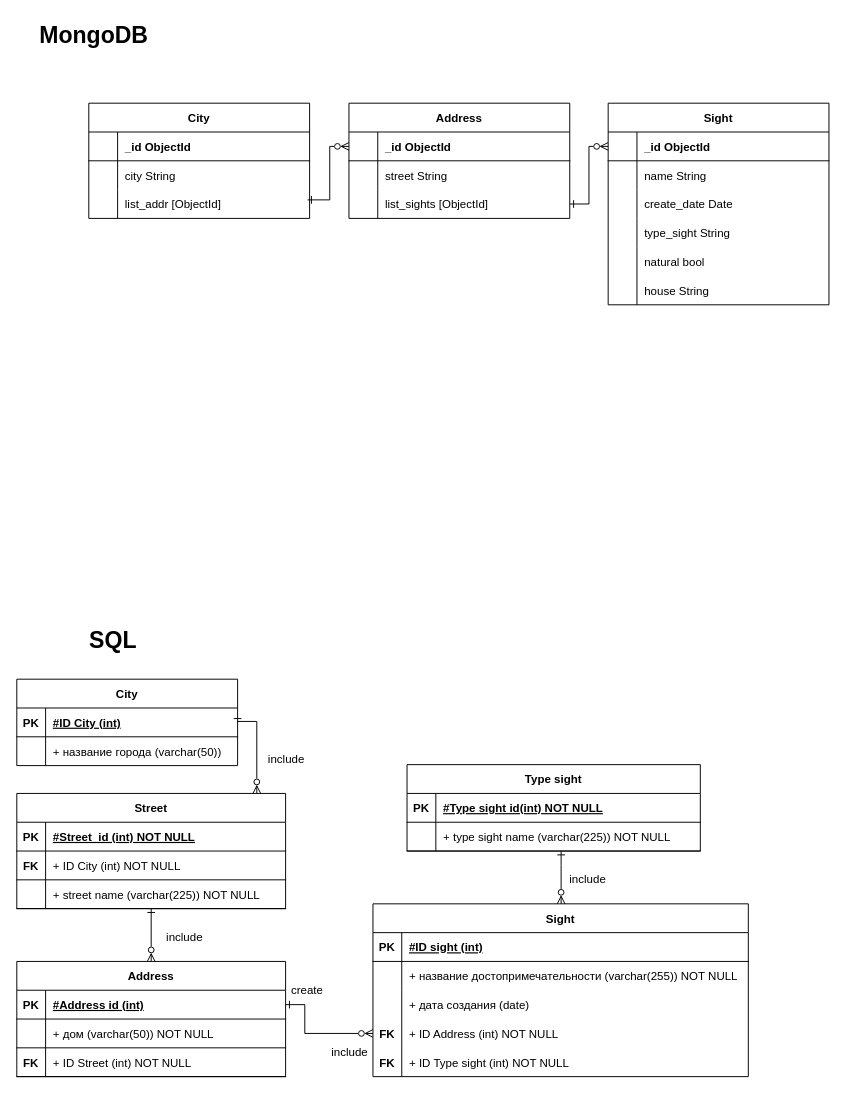
Earlier version of the draw.io diagram DB2/11/mongo.drawio (4LAR/Programming-GUAP). Source tidied: cells renumbered, new cells numbered last; positions are measured from the earlier drawing's top-left corner, leaving out a move shared by most shapes. Both pictures are drawn from the tidied source at 96%, with x=0, y=0 at pixel (16, 16).
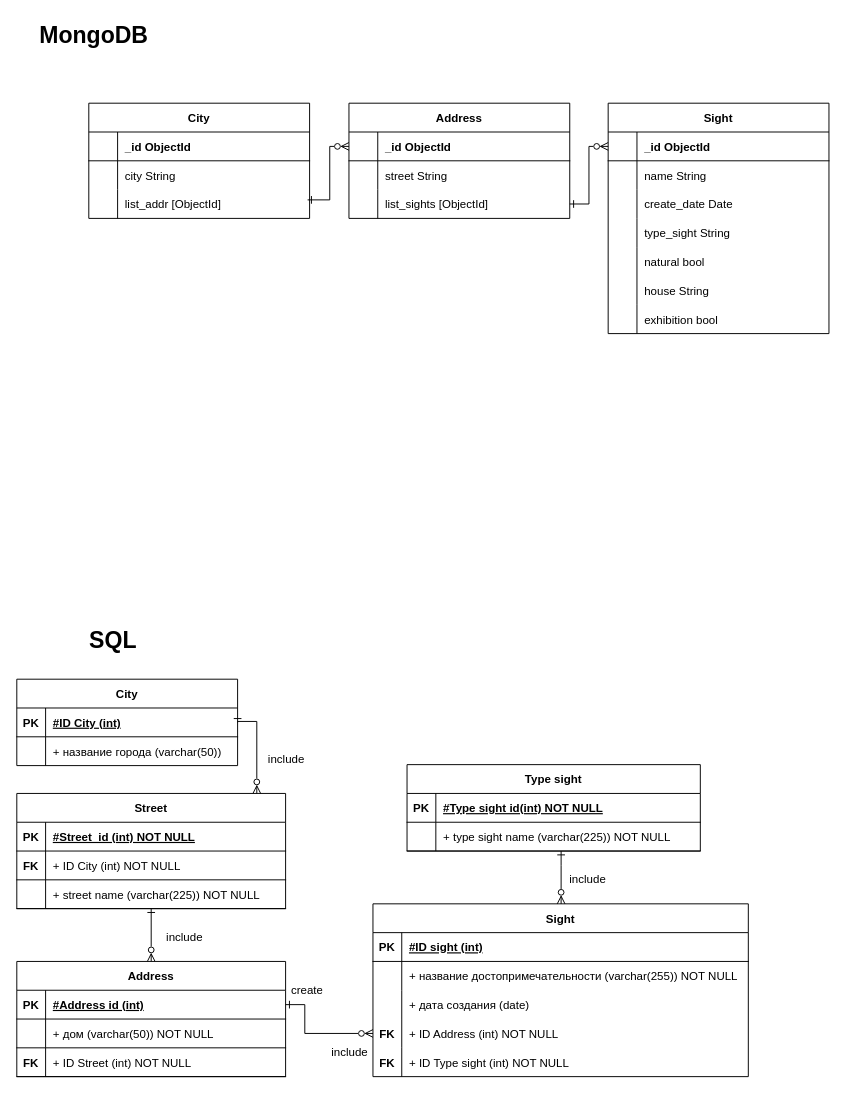
The same page after the edit.

The edit, as a diff of the source:
```diff
@@
     <mxCell id="74" value="Sight" style="shape=table;startSize=30;childLayout=tableLayout;rowLines=0;fontStyle=1;align=center;" parent="1" vertex="1">
-      <mxGeometry x="616" y="90" width="230" height="210" as="geometry" />
+      <mxGeometry x="616" y="90" width="230" height="240" as="geometry" />
     </mxCell>
@@
+    <mxCell id="104" style="shape=tableRow;horizontal=0;startSize=0;swimlaneHead=0;swimlaneBody=0;fillColor=none;strokeColor=inherit;top=0;left=0;right=0;bottom=0;" parent="74" vertex="1">
+      <mxGeometry y="210" width="230" height="30" as="geometry" />
+    </mxCell>
+    <mxCell id="105" style="shape=partialRectangle;overflow=hidden;fillColor=none;strokeColor=inherit;top=0;left=0;bottom=0;right=0;" parent="104" vertex="1">
+      <mxGeometry width="30" height="30" as="geometry" />
+    </mxCell>
+    <mxCell id="106" value="exhibition bool" style="shape=partialRectangle;overflow=hidden;fillColor=none;align=left;strokeColor=inherit;top=0;left=0;bottom=0;right=0;spacingLeft=6;" parent="104" vertex="1">
+      <mxGeometry x="30" width="200" height="30" as="geometry" />
+    </mxCell>
```
